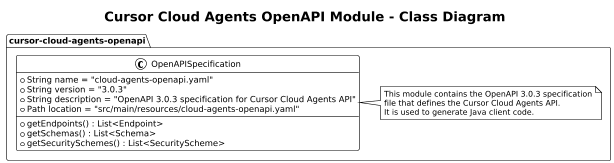
This is documentation/uml/uml-class-diagram-cursor-cloud-agents-openapi.png from jabrena/churrera, a PlantUML export, as it was before one commit.
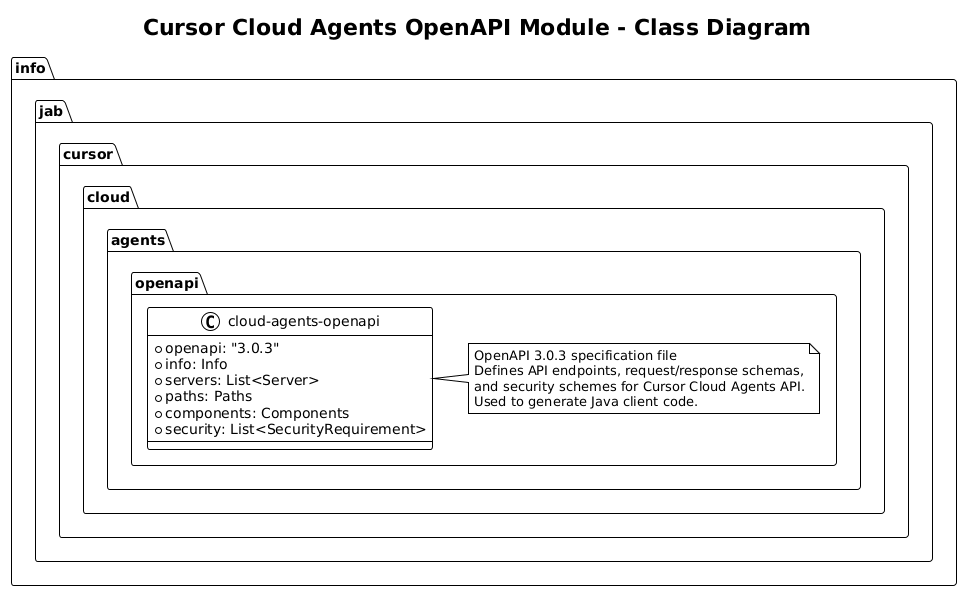
After the commit.

Diff of the diagram source:
```diff
@@ -1,23 +1,22 @@
 @startuml
 !theme plain
-scale 0.6
 title Cursor Cloud Agents OpenAPI Module - Class Diagram
 
-package "cursor-cloud-agents-openapi" {
-  class OpenAPISpecification {
-    + String name = "cloud-agents-openapi.yaml"
-    + String version = "3.0.3"
-    + String description = "OpenAPI 3.0.3 specification for Cursor Cloud Agents API"
-    + Path location = "src/main/resources/cloud-agents-openapi.yaml"
-    + getEndpoints() : List<Endpoint>
-    + getSchemas() : List<Schema>
-    + getSecuritySchemes() : List<SecurityScheme>
+package "info.jab.cursor.cloud.agents.openapi" {
+  class cloud-agents-openapi {
+    + openapi: "3.0.3"
+    + info: Info
+    + servers: List<Server>
+    + paths: Paths
+    + components: Components
+    + security: List<SecurityRequirement>
   }
 
-  note right of OpenAPISpecification
-    This module contains the OpenAPI 3.0.3 specification
-    file that defines the Cursor Cloud Agents API.
-    It is used to generate Java client code.
+  note right of cloud-agents-openapi
+    OpenAPI 3.0.3 specification file
+    Defines API endpoints, request/response schemas,
+    and security schemes for Cursor Cloud Agents API.
+    Used to generate Java client code.
   end note
 }
 @enduml
```
